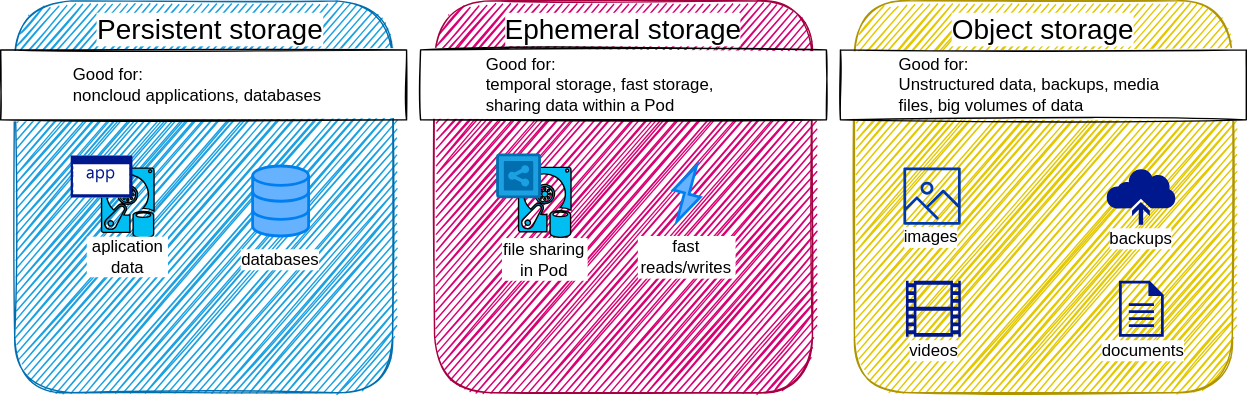
The draw.io diagram docs/cloud/rahti/img/storage-options.drawio.svg in CSCfi/csc-user-guide, before a commit. Source tidied: cells renumbered, new cells last; positions are measured from the earlier drawing's top-left corner, leaving out a move shared by most shapes. Its diagram source:
```xml
<mxGraphModel>
  <root>
    <mxCell id="0" />
    <mxCell id="1" parent="0" />
    <mxCell id="2" style="rounded=1;whiteSpace=wrap;html=1;sketch=1;fillColor=#1ba1e2;strokeColor=#006EAF;fontColor=#ffffff;" parent="1" vertex="1">
      <mxGeometry x="10" width="270" height="280" as="geometry" />
    </mxCell>
    <mxCell id="3" style="rounded=1;whiteSpace=wrap;html=1;sketch=1;fillColor=#d80073;strokeColor=#A50040;fontColor=#ffffff;" parent="1" vertex="1">
      <mxGeometry x="310" width="270" height="280" as="geometry" />
    </mxCell>
    <mxCell id="4" style="rounded=1;whiteSpace=wrap;html=1;sketch=1;fillColor=#e3c800;strokeColor=#B09500;fontColor=#000000;" parent="1" vertex="1">
      <mxGeometry x="610" width="270" height="280" as="geometry" />
    </mxCell>
    <mxCell id="5" value="&lt;font style=&quot;font-size: 20px&quot;&gt;Persistent storage&lt;/font&gt;" style="text;html=1;strokeColor=none;fillColor=none;align=center;verticalAlign=middle;whiteSpace=wrap;rounded=0;sketch=1;labelBackgroundColor=#ffffff;" parent="1" vertex="1">
      <mxGeometry x="50" y="10" width="200" height="20" as="geometry" />
    </mxCell>
    <mxCell id="6" value="&lt;font style=&quot;font-size: 20px&quot;&gt;Ephemeral storage&lt;/font&gt;" style="text;html=1;strokeColor=none;fillColor=none;align=center;verticalAlign=middle;whiteSpace=wrap;rounded=0;sketch=1;labelBackgroundColor=#ffffff;" parent="1" vertex="1">
      <mxGeometry x="345" y="10" width="200" height="20" as="geometry" />
    </mxCell>
    <mxCell id="7" value="&lt;font style=&quot;font-size: 20px&quot;&gt;Object storage&lt;/font&gt;" style="text;html=1;strokeColor=none;fillColor=none;align=center;verticalAlign=middle;whiteSpace=wrap;rounded=0;sketch=1;labelBackgroundColor=#ffffff;" parent="1" vertex="1">
      <mxGeometry x="645" y="10" width="200" height="20" as="geometry" />
    </mxCell>
    <mxCell id="8" style="fontColor=#ffffff;strokeColor=#001DBC;dashed=0;verticalLabelPosition=bottom;verticalAlign=top;align=center;html=1;fontSize=12;fontStyle=0;shape=mxgraph.aws4.container_registry_image;fillColor=#0039AB;" parent="1" vertex="1">
      <mxGeometry x="645" y="119" width="41" height="41" as="geometry" />
    </mxCell>
    <mxCell id="9" style="rounded=0;whiteSpace=wrap;html=1;labelBackgroundColor=none;sketch=1;" parent="1" vertex="1">
      <mxGeometry x="600" y="35" width="290" height="50" as="geometry" />
    </mxCell>
    <mxCell id="10" value="Good for:&lt;br&gt;&amp;nbsp; Unstructured data, backups, media files, big volumes of data" style="text;html=1;strokeColor=none;align=left;verticalAlign=middle;whiteSpace=wrap;rounded=0;perimeterSpacing=1;labelBackgroundColor=none;spacingTop=1;" parent="1" vertex="1">
      <mxGeometry x="640" y="50" width="200" height="20" as="geometry" />
    </mxCell>
    <mxCell id="11" style="shadow=0;dashed=0;html=1;strokeColor=none;labelPosition=center;verticalLabelPosition=bottom;verticalAlign=top;align=center;fillColor=#00188D;shape=mxgraph.mscae.general.video;labelBackgroundColor=none;sketch=0;" parent="1" vertex="1">
      <mxGeometry x="646.8" y="200" width="39.2" height="40" as="geometry" />
    </mxCell>
    <mxCell id="12" style="shadow=0;dashed=0;html=1;strokeColor=none;labelPosition=center;verticalLabelPosition=bottom;verticalAlign=top;align=center;fillColor=#00188D;shape=mxgraph.mscae.enterprise.backup_online;labelBackgroundColor=none;sketch=0;" parent="1" vertex="1">
      <mxGeometry x="790" y="120" width="50" height="40" as="geometry" />
    </mxCell>
    <mxCell id="13" style="shadow=0;dashed=0;html=1;strokeColor=none;labelPosition=center;verticalLabelPosition=bottom;verticalAlign=top;align=center;fillColor=#00188D;shape=mxgraph.mscae.enterprise.document;labelBackgroundColor=none;sketch=0;" parent="1" vertex="1">
      <mxGeometry x="799" y="200" width="32" height="40" as="geometry" />
    </mxCell>
    <mxCell id="14" style="rounded=0;whiteSpace=wrap;html=1;labelBackgroundColor=none;sketch=1;" parent="1" vertex="1">
      <mxGeometry x="300" y="35" width="290" height="50" as="geometry" />
    </mxCell>
    <mxCell id="15" style="rounded=0;whiteSpace=wrap;html=1;labelBackgroundColor=none;sketch=1;" parent="1" vertex="1">
      <mxGeometry y="35" width="290" height="50" as="geometry" />
    </mxCell>
    <mxCell id="16" value="Good for:&lt;br&gt;&amp;nbsp; temporal storage, fast storage, sharing data within a Pod" style="text;html=1;strokeColor=none;align=left;verticalAlign=middle;whiteSpace=wrap;rounded=0;perimeterSpacing=1;labelBackgroundColor=none;spacingTop=1;" parent="1" vertex="1">
      <mxGeometry x="345" y="50" width="200" height="20" as="geometry" />
    </mxCell>
    <mxCell id="17" value="Good for:&lt;br&gt;&amp;nbsp; noncloud applications, databases" style="text;html=1;strokeColor=none;align=left;verticalAlign=middle;whiteSpace=wrap;rounded=0;perimeterSpacing=1;labelBackgroundColor=none;spacingTop=1;" parent="1" vertex="1">
      <mxGeometry x="50" y="50" width="200" height="20" as="geometry" />
    </mxCell>
    <mxCell id="18" style="verticalLabelPosition=bottom;html=1;verticalAlign=top;align=center;fillColor=#00BEF2;shape=mxgraph.azure.vhd_data_disk;labelBackgroundColor=none;sketch=0;" parent="1" vertex="1">
      <mxGeometry x="370" y="119" width="37.5" height="50" as="geometry" />
    </mxCell>
    <mxCell id="19" style="verticalLabelPosition=bottom;html=1;verticalAlign=top;align=center;fillColor=#00BEF2;shape=mxgraph.azure.vhd_data_disk;labelBackgroundColor=none;sketch=0;" parent="1" vertex="1">
      <mxGeometry x="72.1" y="119.5" width="37.5" height="50" as="geometry" />
    </mxCell>
    <mxCell id="20" style="html=1;verticalLabelPosition=bottom;align=center;labelBackgroundColor=#ffffff;verticalAlign=top;strokeWidth=2;strokeColor=#0080F0;shadow=0;dashed=0;shape=mxgraph.ios7.icons.data;sketch=0;fillColor=#66B2FF;" parent="1" vertex="1">
      <mxGeometry x="180" y="118" width="40" height="50" as="geometry" />
    </mxCell>
    <mxCell id="21" style="html=1;verticalLabelPosition=bottom;align=center;labelBackgroundColor=#ffffff;verticalAlign=top;strokeWidth=2;strokeColor=#0080F0;shadow=0;dashed=0;shape=mxgraph.ios7.icons.flash;sketch=0;fillColor=#66B2FF;rotation=15;" parent="1" vertex="1">
      <mxGeometry x="480.2" y="116.7" width="20" height="42" as="geometry" />
    </mxCell>
    <mxCell id="22" style="verticalLabelPosition=bottom;shadow=0;dashed=0;verticalAlign=top;strokeWidth=2;html=1;shape=mxgraph.mockup.misc.shareIcon;labelBackgroundColor=none;sketch=0;fillColor=#1ba1e2;strokeColor=#006EAF;fontColor=#ffffff;" parent="1" vertex="1">
      <mxGeometry x="355" y="110" width="30" height="30" as="geometry" />
    </mxCell>
    <mxCell id="23" style="rounded=0;whiteSpace=wrap;html=1;labelBackgroundColor=none;sketch=0;strokeColor=none;" parent="1" vertex="1">
      <mxGeometry x="52.1" y="110.5" width="40" height="30" as="geometry" />
    </mxCell>
    <mxCell id="24" style="shadow=0;dashed=0;html=1;strokeColor=none;labelPosition=center;verticalLabelPosition=bottom;verticalAlign=top;align=center;fillColor=#00188D;shape=mxgraph.mscae.enterprise.application;labelBackgroundColor=none;sketch=0;" parent="1" vertex="1">
      <mxGeometry x="50" y="110.5" width="44.1" height="30" as="geometry" />
    </mxCell>
    <mxCell id="25" value="backups" style="text;html=1;strokeColor=none;fillColor=none;align=center;verticalAlign=middle;whiteSpace=wrap;rounded=0;labelBackgroundColor=#ffffff;sketch=0;" parent="1" vertex="1">
      <mxGeometry x="788" y="160" width="54" height="20" as="geometry" />
    </mxCell>
    <mxCell id="26" value="images" style="text;html=1;strokeColor=none;fillColor=none;align=center;verticalAlign=middle;whiteSpace=wrap;rounded=0;labelBackgroundColor=#ffffff;sketch=0;" parent="1" vertex="1">
      <mxGeometry x="642.8" y="158.7" width="44" height="20" as="geometry" />
    </mxCell>
    <mxCell id="27" value="videos" style="text;html=1;strokeColor=none;fillColor=none;align=center;verticalAlign=middle;whiteSpace=wrap;rounded=0;labelBackgroundColor=#ffffff;sketch=0;" parent="1" vertex="1">
      <mxGeometry x="646.8" y="240" width="40" height="20" as="geometry" />
    </mxCell>
    <mxCell id="28" value="documents" style="text;html=1;strokeColor=none;fillColor=none;align=center;verticalAlign=middle;whiteSpace=wrap;rounded=0;labelBackgroundColor=#ffffff;sketch=0;" parent="1" vertex="1">
      <mxGeometry x="783.5" y="240" width="65" height="20" as="geometry" />
    </mxCell>
    <mxCell id="29" value="fast reads/writes" style="text;html=1;strokeColor=none;align=center;verticalAlign=middle;whiteSpace=wrap;rounded=0;labelBackgroundColor=none;sketch=0;fillColor=#ffffff;" parent="1" vertex="1">
      <mxGeometry x="455.2" y="168" width="69.8" height="30.5" as="geometry" />
    </mxCell>
    <mxCell id="30" value="file sharing in Pod" style="text;html=1;strokeColor=none;align=center;verticalAlign=middle;whiteSpace=wrap;rounded=0;labelBackgroundColor=none;sketch=0;fillColor=#ffffff;" parent="1" vertex="1">
      <mxGeometry x="358.1" y="169.5" width="61.2" height="30.5" as="geometry" />
    </mxCell>
    <mxCell id="31" value="aplication data" style="text;html=1;strokeColor=none;fillColor=none;align=center;verticalAlign=middle;whiteSpace=wrap;rounded=0;labelBackgroundColor=#ffffff;sketch=0;" parent="1" vertex="1">
      <mxGeometry x="60.6" y="173.2" width="60.4" height="20" as="geometry" />
    </mxCell>
    <mxCell id="32" value="databases" style="text;html=1;strokeColor=none;fillColor=none;align=center;verticalAlign=middle;whiteSpace=wrap;rounded=0;labelBackgroundColor=#ffffff;sketch=0;" parent="1" vertex="1">
      <mxGeometry x="170" y="171.4" width="60" height="26.8" as="geometry" />
    </mxCell>
  </root>
</mxGraphModel>
```
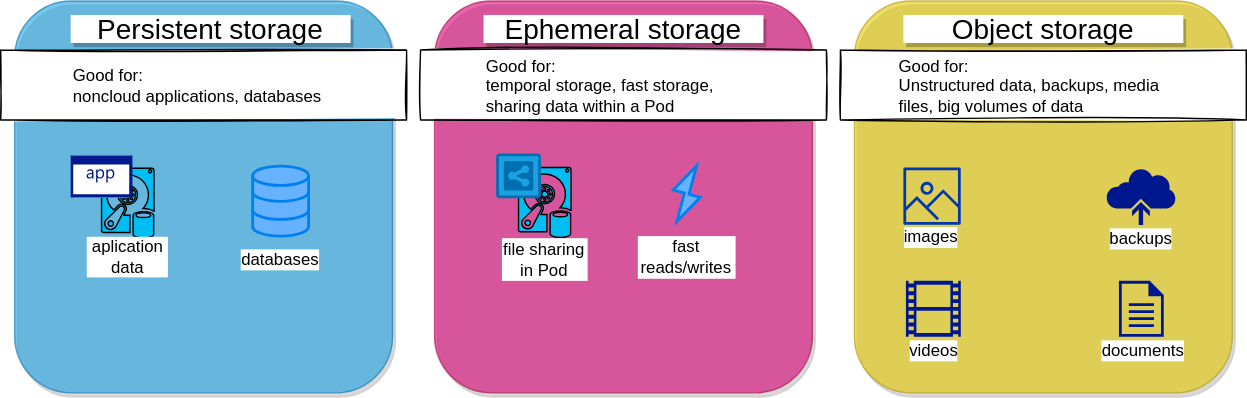
The same file after the commit.

Commit message:
Update the drawing to make it more readable

Diff of the diagram source:
```diff
@@ -2,22 +2,22 @@
   <root>
     <mxCell id="0" />
     <mxCell id="1" parent="0" />
-    <mxCell id="2" style="rounded=1;whiteSpace=wrap;html=1;sketch=1;fillColor=#1ba1e2;strokeColor=#006EAF;fontColor=#ffffff;" parent="1" vertex="1">
+    <mxCell id="2" style="rounded=1;whiteSpace=wrap;html=1;sketch=0;fillColor=#1ba1e2;strokeColor=#006EAF;fontColor=#ffffff;opacity=60;shadow=1;" parent="1" vertex="1">
       <mxGeometry x="10" width="270" height="280" as="geometry" />
     </mxCell>
-    <mxCell id="3" style="rounded=1;whiteSpace=wrap;html=1;sketch=1;fillColor=#d80073;strokeColor=#A50040;fontColor=#ffffff;" parent="1" vertex="1">
+    <mxCell id="3" style="rounded=1;whiteSpace=wrap;html=1;sketch=0;fillColor=#d80073;strokeColor=#A50040;fontColor=#ffffff;opacity=60;shadow=1;" parent="1" vertex="1">
       <mxGeometry x="310" width="270" height="280" as="geometry" />
     </mxCell>
-    <mxCell id="4" style="rounded=1;whiteSpace=wrap;html=1;sketch=1;fillColor=#e3c800;strokeColor=#B09500;fontColor=#000000;" parent="1" vertex="1">
+    <mxCell id="4" style="rounded=1;whiteSpace=wrap;html=1;sketch=0;fillColor=#e3c800;strokeColor=#B09500;fontColor=#000000;opacity=60;shadow=1;" parent="1" vertex="1">
       <mxGeometry x="610" width="270" height="280" as="geometry" />
     </mxCell>
-    <mxCell id="5" value="&lt;font style=&quot;font-size: 20px&quot;&gt;Persistent storage&lt;/font&gt;" style="text;html=1;strokeColor=none;fillColor=none;align=center;verticalAlign=middle;whiteSpace=wrap;rounded=0;sketch=1;labelBackgroundColor=#ffffff;" parent="1" vertex="1">
+    <mxCell id="5" value="&lt;font style=&quot;font-size: 20px&quot;&gt;Persistent storage&lt;/font&gt;" style="text;html=1;strokeColor=none;align=center;verticalAlign=middle;whiteSpace=wrap;rounded=0;sketch=0;labelBackgroundColor=none;fillColor=#ffffff;shadow=1;" parent="1" vertex="1">
       <mxGeometry x="50" y="10" width="200" height="20" as="geometry" />
     </mxCell>
-    <mxCell id="6" value="&lt;font style=&quot;font-size: 20px&quot;&gt;Ephemeral storage&lt;/font&gt;" style="text;html=1;strokeColor=none;fillColor=none;align=center;verticalAlign=middle;whiteSpace=wrap;rounded=0;sketch=1;labelBackgroundColor=#ffffff;" parent="1" vertex="1">
+    <mxCell id="6" value="&lt;font style=&quot;font-size: 20px&quot;&gt;Ephemeral storage&lt;/font&gt;" style="text;html=1;strokeColor=none;align=center;verticalAlign=middle;whiteSpace=wrap;rounded=0;sketch=0;labelBackgroundColor=none;fillColor=#ffffff;glass=0;shadow=1;" parent="1" vertex="1">
       <mxGeometry x="345" y="10" width="200" height="20" as="geometry" />
     </mxCell>
-    <mxCell id="7" value="&lt;font style=&quot;font-size: 20px&quot;&gt;Object storage&lt;/font&gt;" style="text;html=1;strokeColor=none;fillColor=none;align=center;verticalAlign=middle;whiteSpace=wrap;rounded=0;sketch=1;labelBackgroundColor=#ffffff;" parent="1" vertex="1">
+    <mxCell id="7" value="&lt;font style=&quot;font-size: 20px&quot;&gt;Object storage&lt;/font&gt;" style="text;html=1;strokeColor=none;align=center;verticalAlign=middle;whiteSpace=wrap;rounded=0;sketch=0;labelBackgroundColor=none;fillColor=#ffffff;shadow=1;" parent="1" vertex="1">
       <mxGeometry x="645" y="10" width="200" height="20" as="geometry" />
     </mxCell>
     <mxCell id="8" style="fontColor=#ffffff;strokeColor=#001DBC;dashed=0;verticalLabelPosition=bottom;verticalAlign=top;align=center;html=1;fontSize=12;fontStyle=0;shape=mxgraph.aws4.container_registry_image;fillColor=#0039AB;" parent="1" vertex="1">
@@ -80,10 +80,10 @@
     <mxCell id="27" value="videos" style="text;html=1;strokeColor=none;fillColor=none;align=center;verticalAlign=middle;whiteSpace=wrap;rounded=0;labelBackgroundColor=#ffffff;sketch=0;" parent="1" vertex="1">
       <mxGeometry x="646.8" y="240" width="40" height="20" as="geometry" />
     </mxCell>
-    <mxCell id="28" value="documents" style="text;html=1;strokeColor=none;fillColor=none;align=center;verticalAlign=middle;whiteSpace=wrap;rounded=0;labelBackgroundColor=#ffffff;sketch=0;" parent="1" vertex="1">
+    <mxCell id="28" value="documents" style="text;html=1;strokeColor=none;fillColor=none;align=center;verticalAlign=middle;whiteSpace=wrap;rounded=0;labelBackgroundColor=#ffffff;sketch=0;perimeterSpacing=0;spacing=1;" parent="1" vertex="1">
       <mxGeometry x="783.5" y="240" width="65" height="20" as="geometry" />
     </mxCell>
-    <mxCell id="29" value="fast reads/writes" style="text;html=1;strokeColor=none;align=center;verticalAlign=middle;whiteSpace=wrap;rounded=0;labelBackgroundColor=none;sketch=0;fillColor=#ffffff;" parent="1" vertex="1">
+    <mxCell id="29" value="fast reads/writes" style="text;html=1;strokeColor=none;align=center;verticalAlign=middle;whiteSpace=wrap;rounded=0;labelBackgroundColor=none;sketch=0;labelBorderColor=none;spacing=5;fillColor=#ffffff;" parent="1" vertex="1">
       <mxGeometry x="455.2" y="168" width="69.8" height="30.5" as="geometry" />
     </mxCell>
     <mxCell id="30" value="file sharing in Pod" style="text;html=1;strokeColor=none;align=center;verticalAlign=middle;whiteSpace=wrap;rounded=0;labelBackgroundColor=none;sketch=0;fillColor=#ffffff;" parent="1" vertex="1">
```
